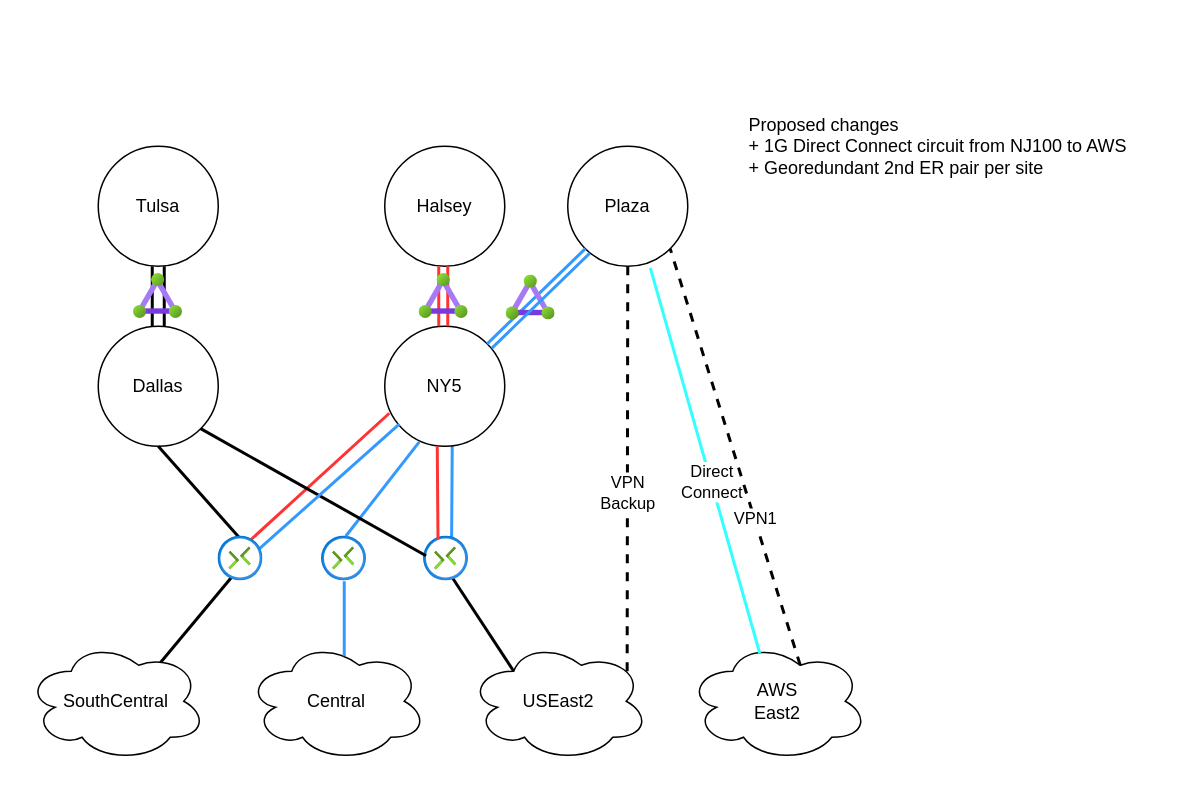
The draw.io diagram page "Proposed" (2 of 2) of Cloud2.drawio in rhoatson/Draw.io, before the edit. Source tidied: cells renumbered, new cells numbered last; positions are measured from the earlier drawing's top-left corner, leaving out a move shared by most shapes. Both pictures are drawn from the tidied source at 150%, with x=0, y=0 at pixel (26, 100).
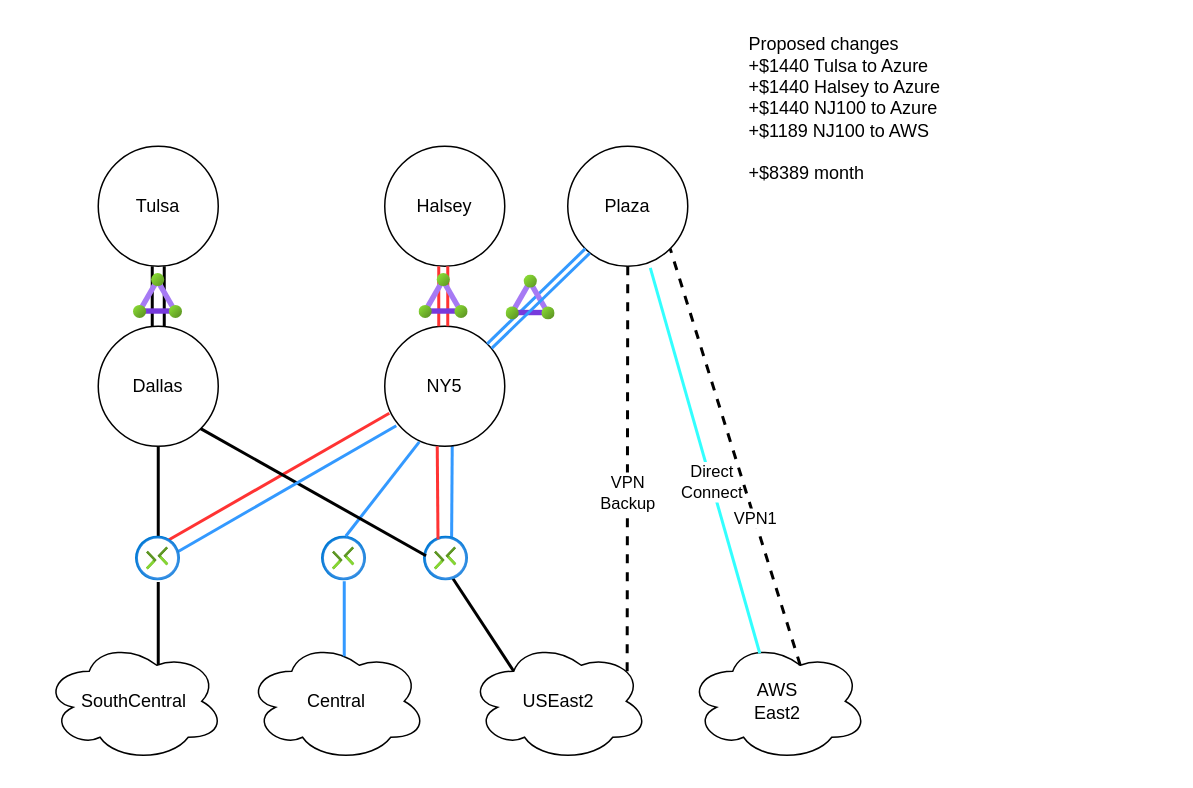
The same page after the edit.

Change to the diagram source:
```diff
@@
-    <mxCell id="4" style="endArrow=none;html=1;rounded=0;exitX=0.625;exitY=0.2;exitDx=0;exitDy=0;exitPerimeter=0;strokeWidth=2;entryX=0.333;entryY=0.867;entryDx=0;entryDy=0;entryPerimeter=0;" parent="1" edge="1" target="33">
+    <mxCell id="4" style="endArrow=none;html=1;rounded=0;exitX=0.625;exitY=0.2;exitDx=0;exitDy=0;exitPerimeter=0;strokeWidth=2;entryX=0.467;entryY=1.017;entryDx=0;entryDy=0;entryPerimeter=0;" parent="1" edge="1">
       <mxGeometry relative="1" as="geometry">
         <mxPoint x="88" y="376" as="sourcePoint" />
+        <mxPoint x="88" y="320.5" as="targetPoint" />
       </mxGeometry>
     </mxCell>
@@
     <mxCell id="11" value="SouthCentral" style="ellipse;shape=cloud;whiteSpace=wrap;html=1;" parent="1" vertex="1">
-      <mxGeometry y="360" width="120" height="80" as="geometry" />
+      <mxGeometry x="12" y="360" width="120" height="80" as="geometry" />
     </mxCell>
@@
-    <mxCell id="25" style="endArrow=none;html=1;rounded=0;exitX=0.467;exitY=0.833;exitDx=0;exitDy=0;exitPerimeter=0;entryX=0;entryY=1;entryDx=0;entryDy=0;strokeColor=#3399FF;strokeWidth=2;" parent="1" edge="1">
+    <mxCell id="25" style="endArrow=none;html=1;rounded=0;exitX=0.933;exitY=0.35;exitDx=0;exitDy=0;exitPerimeter=0;entryX=0;entryY=1;entryDx=0;entryDy=0;strokeColor=#3399FF;strokeWidth=2;" parent="1" edge="1">
       <mxGeometry relative="1" as="geometry">
-        <mxPoint x="140" y="312" as="sourcePoint" />
-        <mxPoint x="248.7" y="215.3" as="targetPoint" />
+        <mxPoint x="99" y="301.5" as="sourcePoint" />
+        <mxPoint x="246.7" y="216.3" as="targetPoint" />
       </mxGeometry>
     </mxCell>
@@
     <mxCell id="33" style="html=1;points=[];align=center;image;fontSize=12;image=img/lib/azure2/networking/Connections.svg;" parent="1" vertex="1">
-      <mxGeometry x="128" y="290" width="30" height="30" as="geometry" />
+      <mxGeometry x="73" y="290" width="30" height="30" as="geometry" />
     </mxCell>
@@
-    <mxCell id="39" value="&lt;div align=&quot;left&quot;&gt;Proposed changes&lt;/div&gt;&lt;div align=&quot;left&quot;&gt;+ 1G Direct Connect circuit from NJ100 to AWS&lt;/div&gt;&lt;div align=&quot;left&quot;&gt;+ Georedundant 2nd ER pair per site&lt;/div&gt;" style="text;html=1;align=left;verticalAlign=middle;strokeColor=none;fillColor=none;" parent="1" vertex="1">
-      <mxGeometry x="480" width="280" height="60" as="geometry" />
+    <mxCell id="39" value="&lt;div align=&quot;left&quot;&gt;Proposed changes&lt;/div&gt;&lt;div align=&quot;left&quot;&gt;+$1440 Tulsa to Azure&lt;/div&gt;&lt;div align=&quot;left&quot;&gt;+$1440 Halsey to Azure&lt;/div&gt;&lt;div align=&quot;left&quot;&gt;+$1440 NJ100 to Azure&lt;br&gt;&lt;/div&gt;&lt;div align=&quot;left&quot;&gt;+$1189 NJ100 to AWS&lt;/div&gt;&lt;div align=&quot;left&quot;&gt;&lt;br&gt;+$8389 month&lt;br&gt;&lt;/div&gt;" style="text;html=1;align=left;verticalAlign=middle;strokeColor=none;fillColor=none;" parent="1" vertex="1">
+      <mxGeometry x="480" y="-50" width="150" height="110" as="geometry" />
     </mxCell>
```
